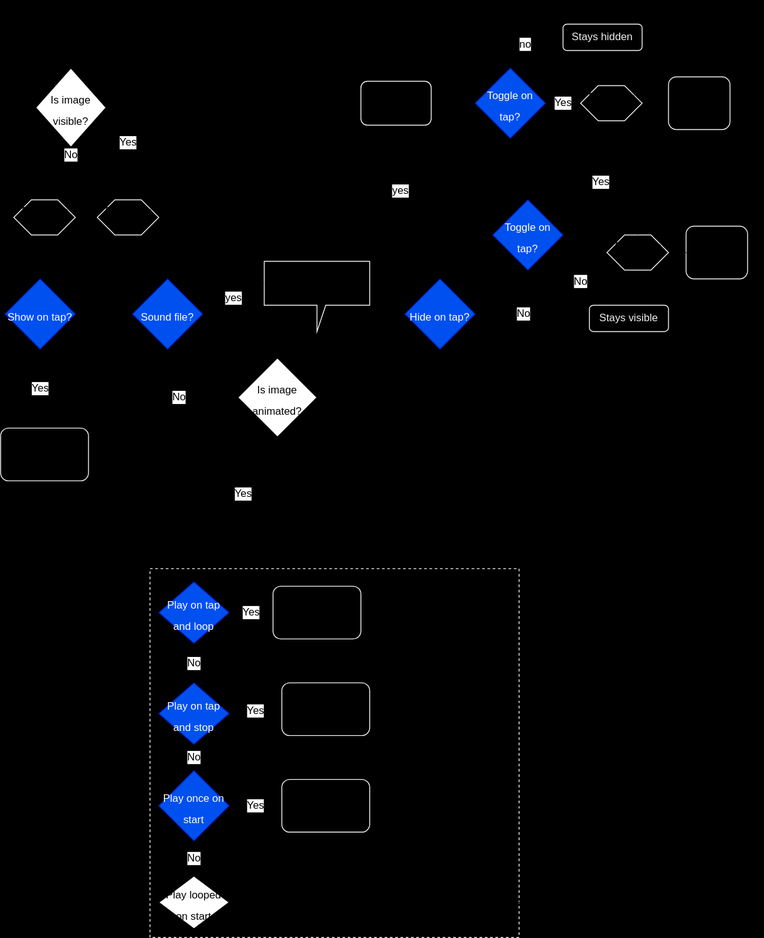
Above: legacy-player/Houdini.drawio.svg in ji-devs/ji-cloud-flowcharts (draw.io), before the change. Source tidied: cells renumbered, new cells last; positions are measured from the earlier drawing's top-left corner, leaving out a move shared by most shapes.
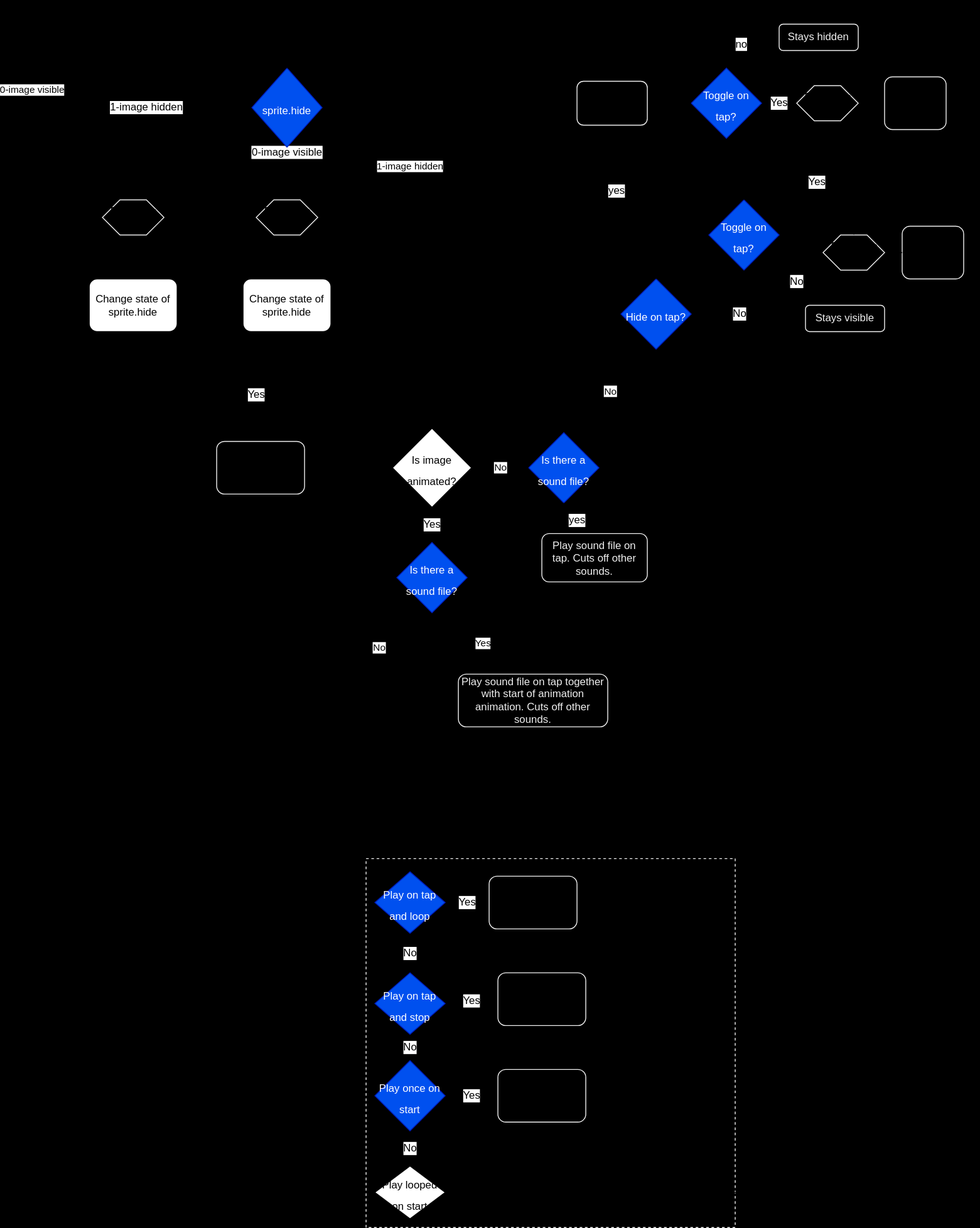
Above is the later version.

Change to the diagram source:
```diff
@@ -3,10 +3,16 @@
     <mxCell id="0" />
     <mxCell id="1" parent="0" />
     <mxCell id="2" style="edgeStyle=orthogonalEdgeStyle;rounded=0;jettySize=auto;html=1;entryX=0.5;entryY=1;entryDx=0;entryDy=0;fontSize=12;exitX=1;exitY=0.5;exitDx=0;exitDy=0;" parent="1" edge="1" source="3" target="42">
-      <mxGeometry relative="1" as="geometry" />
+      <mxGeometry relative="1" as="geometry">
+        <Array as="points">
+          <mxPoint x="660" y="990" />
+          <mxPoint x="660" y="585" />
+          <mxPoint x="500" y="585" />
+        </Array>
+      </mxGeometry>
     </mxCell>
     <mxCell id="3" style="whiteSpace=wrap;html=1;labelBackgroundColor=none;strokeColor=#f0f0f0;fillColor=none;fontSize=12;dashed=1;" parent="1" vertex="1">
-      <mxGeometry x="170" y="640" width="420" height="420" as="geometry" />
+      <mxGeometry x="170" y="970" width="420" height="420" as="geometry" />
     </mxCell>
     <mxCell id="4" value="Houdini - actions on any image/sticker/animation" style="text;html=1;strokeColor=none;fillColor=none;align=center;verticalAlign=middle;whiteSpace=wrap;rounded=0;fontStyle=1;fontSize=20;" parent="1" vertex="1">
       <mxGeometry x="40" y="10" width="350" height="50" as="geometry" />
@@ -18,7 +24,7 @@
       <mxGeometry relative="1" as="geometry" />
     </mxCell>
     <mxCell id="7" value="&lt;font style=&quot;font-size: 12px&quot;&gt;Play on tap and loop&lt;/font&gt;" style="rhombus;whiteSpace=wrap;html=1;fontSize=20;fillColor=#0050ef;strokeColor=#001DBC;fontColor=#ffffff;" parent="1" vertex="1">
-      <mxGeometry x="180" y="655" width="80" height="70" as="geometry" />
+      <mxGeometry x="180" y="985" width="80" height="70" as="geometry" />
     </mxCell>
     <mxCell id="8" value="Yes" style="edgeStyle=orthogonalEdgeStyle;rounded=0;jettySize=auto;html=1;entryX=0;entryY=0.5;entryDx=0;entryDy=0;fontSize=12;" parent="1" edge="1" source="10" target="17">
       <mxGeometry relative="1" as="geometry" />
@@ -27,7 +33,7 @@
       <mxGeometry relative="1" as="geometry" />
     </mxCell>
     <mxCell id="10" value="&lt;font style=&quot;font-size: 12px&quot;&gt;Play on tap and stop&lt;/font&gt;" style="rhombus;whiteSpace=wrap;html=1;fontSize=20;fillColor=#0050ef;strokeColor=#001DBC;fontColor=#ffffff;" parent="1" vertex="1">
-      <mxGeometry x="180" y="770" width="80" height="70" as="geometry" />
+      <mxGeometry x="180" y="1100" width="80" height="70" as="geometry" />
     </mxCell>
     <mxCell id="11" value="Yes" style="edgeStyle=orthogonalEdgeStyle;rounded=0;jettySize=auto;html=1;fontSize=12;" parent="1" edge="1" source="13" target="19">
       <mxGeometry relative="1" as="geometry" />
@@ -36,46 +42,46 @@
       <mxGeometry relative="1" as="geometry" />
     </mxCell>
     <mxCell id="13" value="&lt;span style=&quot;font-size: 12px&quot;&gt;Play once on start&lt;/span&gt;" style="rhombus;whiteSpace=wrap;html=1;fontSize=20;fillColor=#0050ef;strokeColor=#001DBC;fontColor=#ffffff;" parent="1" vertex="1">
-      <mxGeometry x="180" y="870" width="80" height="80" as="geometry" />
+      <mxGeometry x="180" y="1200" width="80" height="80" as="geometry" />
     </mxCell>
     <mxCell id="14" style="edgeStyle=orthogonalEdgeStyle;rounded=0;jettySize=auto;html=1;fontSize=12;" parent="1" edge="1" source="15">
       <mxGeometry relative="1" as="geometry">
-        <mxPoint x="610" y="700" as="targetPoint" />
+        <mxPoint x="660" y="1030" as="targetPoint" />
         <Array as="points">
-          <mxPoint x="360" y="740" />
-          <mxPoint x="592" y="740" />
+          <mxPoint x="360" y="1070" />
+          <mxPoint x="592" y="1070" />
         </Array>
       </mxGeometry>
     </mxCell>
     <mxCell id="15" value="Animation starts when tapped and loops" style="rounded=1;whiteSpace=wrap;html=1;labelBackgroundColor=none;strokeColor=#f0f0f0;fillColor=none;fontSize=12;" parent="1" vertex="1">
-      <mxGeometry x="310" y="660" width="100" height="60" as="geometry" />
+      <mxGeometry x="310" y="990" width="100" height="60" as="geometry" />
     </mxCell>
     <mxCell id="16" style="edgeStyle=orthogonalEdgeStyle;rounded=0;jettySize=auto;html=1;fontSize=12;" parent="1" edge="1" source="17">
       <mxGeometry relative="1" as="geometry">
-        <mxPoint x="610" y="790" as="targetPoint" />
+        <mxPoint x="660" y="1120" as="targetPoint" />
       </mxGeometry>
     </mxCell>
     <mxCell id="17" value="Animation plays once on tap&amp;nbsp;" style="rounded=1;whiteSpace=wrap;html=1;labelBackgroundColor=none;strokeColor=#f0f0f0;fillColor=none;fontSize=12;" parent="1" vertex="1">
-      <mxGeometry x="320" y="770" width="100" height="60" as="geometry" />
+      <mxGeometry x="320" y="1100" width="100" height="60" as="geometry" />
     </mxCell>
     <mxCell id="18" style="edgeStyle=orthogonalEdgeStyle;rounded=0;jettySize=auto;html=1;fontSize=12;" parent="1" edge="1" source="19">
       <mxGeometry relative="1" as="geometry">
-        <mxPoint x="610" y="830" as="targetPoint" />
+        <mxPoint x="660" y="1190" as="targetPoint" />
       </mxGeometry>
     </mxCell>
     <mxCell id="19" value="Animation plays once on start of slide" style="rounded=1;whiteSpace=wrap;html=1;labelBackgroundColor=none;strokeColor=#f0f0f0;fillColor=none;fontSize=12;" parent="1" vertex="1">
-      <mxGeometry x="320" y="880" width="100" height="60" as="geometry" />
+      <mxGeometry x="320" y="1210" width="100" height="60" as="geometry" />
     </mxCell>
     <mxCell id="20" value="If animation (one of these options)" style="text;html=1;strokeColor=none;fillColor=none;align=center;verticalAlign=middle;whiteSpace=wrap;rounded=0;labelBackgroundColor=none;fontSize=12;" parent="1" vertex="1">
-      <mxGeometry x="210" y="620" width="190" height="20" as="geometry" />
+      <mxGeometry x="210" y="950" width="190" height="20" as="geometry" />
     </mxCell>
     <mxCell id="21" style="edgeStyle=orthogonalEdgeStyle;rounded=0;jettySize=auto;html=1;fontSize=12;" parent="1" edge="1" source="22">
       <mxGeometry relative="1" as="geometry">
-        <mxPoint x="610" y="820" as="targetPoint" />
+        <mxPoint x="660" y="1160" as="targetPoint" />
       </mxGeometry>
     </mxCell>
     <mxCell id="22" value="&lt;span style=&quot;font-size: 12px&quot;&gt;Play looped on start&lt;/span&gt;" style="rhombus;whiteSpace=wrap;html=1;fontSize=20;" parent="1" vertex="1">
-      <mxGeometry x="180" y="990" width="80" height="60" as="geometry" />
+      <mxGeometry x="180" y="1320" width="80" height="60" as="geometry" />
     </mxCell>
     <mxCell id="23" value="no" style="edgeStyle=orthogonalEdgeStyle;rounded=0;jettySize=auto;html=1;exitX=0.5;exitY=0;exitDx=0;exitDy=0;entryX=0;entryY=0.75;entryDx=0;entryDy=0;fontSize=12;" parent="1" edge="1" source="25" target="26">
       <mxGeometry relative="1" as="geometry" />
@@ -115,33 +121,31 @@
     <mxCell id="32" value="Stays visible" style="whiteSpace=wrap;html=1;fontSize=12;fontColor=#f0f0f0;strokeColor=#f0f0f0;fillColor=none;rounded=1;" parent="1" vertex="1">
       <mxGeometry x="670" y="340" width="90" height="30" as="geometry" />
     </mxCell>
-    <mxCell id="33" value="No" style="edgeStyle=orthogonalEdgeStyle;rounded=0;jettySize=auto;html=1;fontSize=12;exitX=0.5;exitY=1;exitDx=0;exitDy=0;entryX=0;entryY=0.5;entryDx=0;entryDy=0;" parent="1" edge="1" source="34" target="50">
-      <mxGeometry relative="1" as="geometry" />
-    </mxCell>
+    <mxCell id="62" value="No" style="edgeStyle=orthogonalEdgeStyle;rounded=0;jettySize=auto;html=1;exitX=1;exitY=0.5;exitDx=0;exitDy=0;entryX=0;entryY=0.5;entryDx=0;entryDy=0;" parent="1" edge="1" source="34" target="42">
+      <mxGeometry relative="1" as="geometry" />
+    </mxCell>
-    <mxCell id="34" value="&lt;font style=&quot;font-size: 12px&quot;&gt;Sound file?&lt;/font&gt;" style="rhombus;whiteSpace=wrap;html=1;fontSize=20;fillColor=#0050ef;strokeColor=#001DBC;fontColor=#ffffff;" parent="1" vertex="1">
-      <mxGeometry x="150" y="310" width="80" height="80" as="geometry" />
+    <mxCell id="34" value="&lt;font style=&quot;font-size: 12px&quot;&gt;Is there a sound file?&lt;/font&gt;" style="rhombus;whiteSpace=wrap;html=1;fontSize=20;fillColor=#0050ef;strokeColor=#001DBC;fontColor=#ffffff;" parent="1" vertex="1">
+      <mxGeometry x="355" y="485" width="80" height="80" as="geometry" />
     </mxCell>
-    <mxCell id="35" style="edgeStyle=orthogonalEdgeStyle;rounded=0;jettySize=auto;html=1;entryX=0.5;entryY=0;entryDx=0;entryDy=0;fontSize=12;" parent="1" edge="1" source="36" target="50">
-      <mxGeometry relative="1" as="geometry" />
-    </mxCell>
-    <mxCell id="36" value="Play sound file on tap. Cuts off other sounds." style="shape=callout;whiteSpace=wrap;html=1;perimeter=calloutPerimeter;labelBackgroundColor=none;strokeColor=#f0f0f0;fillColor=none;fontSize=12;base=10;" parent="1" vertex="1">
-      <mxGeometry x="300" y="290" width="120" height="80" as="geometry" />
-    </mxCell>
-    <mxCell id="37" value="yes" style="edgeStyle=orthogonalEdgeStyle;rounded=0;jettySize=auto;html=1;fontSize=12;entryX=0;entryY=0;entryDx=0;entryDy=25;entryPerimeter=0;" parent="1" edge="1" source="34" target="36">
+    <mxCell id="37" value="yes" style="edgeStyle=orthogonalEdgeStyle;rounded=0;jettySize=auto;html=1;fontSize=12;entryX=0.5;entryY=0;entryDx=0;entryDy=0;" parent="1" edge="1" source="34" target="36">
       <mxGeometry relative="1" as="geometry" />
     </mxCell>
-    <mxCell id="38" value="Yes" style="edgeStyle=orthogonalEdgeStyle;rounded=0;jettySize=auto;html=1;fontSize=12;entryX=0.5;entryY=0;entryDx=0;entryDy=0;exitX=1;exitY=0.5;exitDx=0;exitDy=0;" parent="1" edge="1" source="40" target="54">
-      <mxGeometry relative="1" as="geometry" />
+    <mxCell id="38" value="1-image hidden" style="edgeStyle=orthogonalEdgeStyle;rounded=0;jettySize=auto;html=1;fontSize=12;entryX=0.5;entryY=0;entryDx=0;entryDy=0;exitX=0;exitY=0.5;exitDx=0;exitDy=0;" parent="1" edge="1" source="40" target="54">
+      <mxGeometry relative="1" as="geometry">
+        <Array as="points">
+          <mxPoint x="-95" y="115" />
+        </Array>
+      </mxGeometry>
     </mxCell>
-    <mxCell id="39" value="No" style="edgeStyle=orthogonalEdgeStyle;rounded=0;jettySize=auto;html=1;exitX=0.5;exitY=1;exitDx=0;exitDy=0;fontSize=12;entryX=0.5;entryY=0;entryDx=0;entryDy=0;entryPerimeter=0;" parent="1" edge="1" source="40" target="52">
+    <mxCell id="39" value="0-image visible" style="edgeStyle=orthogonalEdgeStyle;rounded=0;jettySize=auto;html=1;exitX=0.5;exitY=1;exitDx=0;exitDy=0;fontSize=12;entryX=0.5;entryY=0;entryDx=0;entryDy=0;entryPerimeter=0;" parent="1" edge="1" source="40" target="52">
       <mxGeometry x="-0.81" relative="1" as="geometry">
         <Array as="points">
-          <mxPoint x="80" y="180" />
-          <mxPoint x="50" y="180" />
+          <mxPoint x="80" y="200" />
+          <mxPoint x="80" y="200" />
         </Array>
       </mxGeometry>
     </mxCell>
-    <mxCell id="40" value="&lt;font style=&quot;font-size: 12px&quot;&gt;Is image visible?&lt;/font&gt;" style="rhombus;whiteSpace=wrap;html=1;fontSize=20;" parent="1" vertex="1">
+    <mxCell id="40" value="&lt;span style=&quot;font-size: 12px&quot;&gt;sprite.hide&lt;/span&gt;" style="rhombus;whiteSpace=wrap;html=1;fontSize=20;fillColor=#0050ef;strokeColor=#001DBC;fontColor=#ffffff;" parent="1" vertex="1">
       <mxGeometry x="40" y="70" width="80" height="90" as="geometry" />
     </mxCell>
     <mxCell id="41" value="No" style="edgeStyle=orthogonalEdgeStyle;rounded=0;jettySize=auto;html=1;fontSize=12;" parent="1" edge="1" source="42" target="29">
@@ -150,41 +154,43 @@
     <mxCell id="42" value="&lt;font style=&quot;font-size: 12px&quot;&gt;Hide on tap?&lt;/font&gt;" style="rhombus;whiteSpace=wrap;html=1;fontSize=20;fillColor=#0050ef;strokeColor=#001DBC;fontColor=#ffffff;" parent="1" vertex="1">
       <mxGeometry x="460" y="310" width="80" height="80" as="geometry" />
     </mxCell>
-    <mxCell id="43" value="Yes" style="edgeStyle=orthogonalEdgeStyle;rounded=0;jettySize=auto;html=1;entryX=0.44;entryY=-0.017;entryDx=0;entryDy=0;entryPerimeter=0;fontSize=12;" parent="1" edge="1" source="44" target="48">
-      <mxGeometry relative="1" as="geometry" />
+    <mxCell id="43" value="Yes" style="edgeStyle=orthogonalEdgeStyle;rounded=0;jettySize=auto;html=1;entryX=0.44;entryY=-0.017;entryDx=0;entryDy=0;entryPerimeter=0;fontSize=12;" parent="1" edge="1" target="48">
+      <mxGeometry relative="1" as="geometry">
+        <mxPoint x="45" y="390" as="sourcePoint" />
+      </mxGeometry>
     </mxCell>
-    <mxCell id="44" value="&lt;font style=&quot;font-size: 12px&quot;&gt;Show on tap?&lt;/font&gt;" style="rhombus;whiteSpace=wrap;html=1;fontSize=20;fillColor=#0050ef;strokeColor=#001DBC;fontColor=#ffffff;" parent="1" vertex="1">
-      <mxGeometry x="5" y="310" width="80" height="80" as="geometry" />
-    </mxCell>
     <mxCell id="45" value="yes" style="edgeStyle=orthogonalEdgeStyle;rounded=0;jettySize=auto;html=1;exitX=0.5;exitY=0;exitDx=0;exitDy=0;entryX=0;entryY=0.5;entryDx=0;entryDy=0;fontSize=12;" parent="1" edge="1" source="42" target="46">
       <mxGeometry x="220" y="-1020" as="geometry" />
     </mxCell>
     <mxCell id="46" value="Hide image" style="rounded=1;whiteSpace=wrap;html=1;labelBackgroundColor=none;strokeColor=#f0f0f0;fillColor=none;fontSize=12;" parent="1" vertex="1">
       <mxGeometry x="410" y="85" width="80" height="50" as="geometry" />
     </mxCell>
-    <mxCell id="47" style="edgeStyle=orthogonalEdgeStyle;rounded=0;jettySize=auto;html=1;fontSize=12;entryX=0;entryY=0.5;entryDx=0;entryDy=0;" parent="1" edge="1" source="48" target="34">
+    <mxCell id="47" style="edgeStyle=orthogonalEdgeStyle;rounded=0;jettySize=auto;html=1;fontSize=12;entryX=0;entryY=0.5;entryDx=0;entryDy=0;" parent="1" edge="1" source="48" target="50">
       <mxGeometry relative="1" as="geometry" />
     </mxCell>
     <mxCell id="48" value="Show image when that area is clicked" style="rounded=1;whiteSpace=wrap;html=1;labelBackgroundColor=none;strokeColor=#f0f0f0;fillColor=none;fontSize=12;" parent="1" vertex="1">
-      <mxGeometry y="480" width="100" height="60" as="geometry" />
+      <mxGeometry y="495" width="100" height="60" as="geometry" />
     </mxCell>
-    <mxCell id="49" value="Yes" style="edgeStyle=orthogonalEdgeStyle;rounded=0;jettySize=auto;html=1;entryX=0.153;entryY=0.1;entryDx=0;entryDy=0;entryPerimeter=0;fontSize=12;" parent="1" edge="1" source="50" target="20">
+    <mxCell id="49" value="Yes" style="edgeStyle=orthogonalEdgeStyle;rounded=0;jettySize=auto;html=1;fontSize=12;" parent="1" edge="1" source="50" target="66">
       <mxGeometry relative="1" as="geometry" />
     </mxCell>
+    <mxCell id="63" value="No" style="edgeStyle=orthogonalEdgeStyle;rounded=0;jettySize=auto;html=1;exitX=1;exitY=0.5;exitDx=0;exitDy=0;entryX=0;entryY=0.5;entryDx=0;entryDy=0;" parent="1" edge="1" source="50" target="34">
+      <mxGeometry relative="1" as="geometry" />
+    </mxCell>
     <mxCell id="50" value="&lt;font style=&quot;font-size: 12px&quot;&gt;Is image animated?&lt;/font&gt;" style="rhombus;whiteSpace=wrap;html=1;fontSize=20;" parent="1" vertex="1">
-      <mxGeometry x="270" y="400" width="90" height="90" as="geometry" />
+      <mxGeometry x="200" y="480" width="90" height="90" as="geometry" />
     </mxCell>
-    <mxCell id="51" style="edgeStyle=orthogonalEdgeStyle;rounded=0;jettySize=auto;html=1;entryX=0.5;entryY=0;entryDx=0;entryDy=0;fontSize=12;" parent="1" edge="1" source="52" target="44">
+    <mxCell id="51" style="edgeStyle=orthogonalEdgeStyle;rounded=0;jettySize=auto;html=1;fontSize=12;entryX=0.5;entryY=0;entryDx=0;entryDy=0;" parent="1" edge="1" source="52" target="71">
       <mxGeometry relative="1" as="geometry" />
     </mxCell>
     <mxCell id="52" value="Tap image area" style="shape=hexagon;perimeter=hexagonPerimeter2;whiteSpace=wrap;html=1;fixedSize=1;labelBackgroundColor=none;strokeColor=#f0f0f0;fillColor=none;fontSize=12;" parent="1" vertex="1">
-      <mxGeometry x="15" y="220" width="70" height="40" as="geometry" />
+      <mxGeometry x="45" y="220" width="70" height="40" as="geometry" />
     </mxCell>
-    <mxCell id="53" style="edgeStyle=orthogonalEdgeStyle;rounded=0;jettySize=auto;html=1;fontSize=12;entryX=0.5;entryY=0;entryDx=0;entryDy=0;" parent="1" edge="1" source="54" target="34">
+    <mxCell id="53" style="edgeStyle=orthogonalEdgeStyle;rounded=0;jettySize=auto;html=1;fontSize=12;entryX=0.5;entryY=0;entryDx=0;entryDy=0;" parent="1" edge="1" source="54" target="73">
       <mxGeometry relative="1" as="geometry" />
     </mxCell>
     <mxCell id="54" value="Tap image area" style="shape=hexagon;perimeter=hexagonPerimeter2;whiteSpace=wrap;html=1;fixedSize=1;labelBackgroundColor=none;strokeColor=#f0f0f0;fillColor=none;fontSize=12;" parent="1" vertex="1">
-      <mxGeometry x="110" y="220" width="70" height="40" as="geometry" />
+      <mxGeometry x="-130" y="220" width="70" height="40" as="geometry" />
     </mxCell>
     <mxCell id="55" style="edgeStyle=orthogonalEdgeStyle;rounded=0;jettySize=auto;html=1;entryX=0;entryY=0.5;entryDx=0;entryDy=0;fontSize=12;" parent="1" edge="1" source="56" target="31">
       <mxGeometry relative="1" as="geometry" />
@@ -215,5 +221,52 @@
     <mxCell id="61" value="Show image again" style="rounded=1;whiteSpace=wrap;html=1;labelBackgroundColor=none;strokeColor=#f0f0f0;fillColor=none;fontSize=12;" parent="1" vertex="1">
       <mxGeometry x="760" y="80" width="70" height="60" as="geometry" />
     </mxCell>
+    <mxCell id="64" value="No" style="edgeStyle=orthogonalEdgeStyle;rounded=0;jettySize=auto;html=1;entryX=0.116;entryY=-0.05;entryDx=0;entryDy=0;entryPerimeter=0;exitX=0;exitY=0.5;exitDx=0;exitDy=0;" parent="1" edge="1" source="66" target="20">
+      <mxGeometry x="-0.45" relative="1" as="geometry" />
+    </mxCell>
+    <mxCell id="65" value="Yes" style="edgeStyle=orthogonalEdgeStyle;rounded=0;jettySize=auto;html=1;exitX=0.5;exitY=1;exitDx=0;exitDy=0;entryX=0.5;entryY=0;entryDx=0;entryDy=0;" parent="1" edge="1" source="66" target="69">
+      <mxGeometry relative="1" as="geometry" />
+    </mxCell>
+    <mxCell id="66" value="&lt;font style=&quot;font-size: 12px&quot;&gt;Is there a sound file?&lt;/font&gt;" style="rhombus;whiteSpace=wrap;html=1;fontSize=20;fillColor=#0050ef;strokeColor=#001DBC;fontColor=#ffffff;" parent="1" vertex="1">
+      <mxGeometry x="205" y="610" width="80" height="80" as="geometry" />
+    </mxCell>
+    <mxCell id="67" style="edgeStyle=orthogonalEdgeStyle;rounded=0;jettySize=auto;html=1;entryX=0.5;entryY=1;entryDx=0;entryDy=0;exitX=1.025;exitY=0.636;exitDx=0;exitDy=0;exitPerimeter=0;" parent="1" edge="1" source="36" target="42">
+      <mxGeometry relative="1" as="geometry">
+        <Array as="points">
+          <mxPoint x="500" y="635" />
+        </Array>
+      </mxGeometry>
+    </mxCell>
+    <mxCell id="36" value="Play sound file on tap. Cuts off other sounds." style="whiteSpace=wrap;html=1;fontSize=12;fontColor=#f0f0f0;strokeColor=#f0f0f0;fillColor=none;rounded=1;" parent="1" vertex="1">
+      <mxGeometry x="370" y="600" width="120" height="55" as="geometry" />
+    </mxCell>
+    <mxCell id="68" style="edgeStyle=orthogonalEdgeStyle;rounded=0;jettySize=auto;html=1;entryX=0.316;entryY=0;entryDx=0;entryDy=0;entryPerimeter=0;" parent="1" edge="1" source="69" target="20">
+      <mxGeometry relative="1" as="geometry" />
+    </mxCell>
+    <mxCell id="69" value="Play sound file on tap together with start of animation animation. Cuts off other sounds." style="whiteSpace=wrap;html=1;fontSize=12;fontColor=#f0f0f0;strokeColor=#f0f0f0;fillColor=none;rounded=1;" parent="1" vertex="1">
+      <mxGeometry x="275" y="760" width="170" height="60" as="geometry" />
+    </mxCell>
+    <mxCell id="70" value="1-image hidden" style="edgeStyle=orthogonalEdgeStyle;rounded=0;jettySize=auto;html=1;entryX=0.5;entryY=0;entryDx=0;entryDy=0;" parent="1" edge="1" source="71" target="40">
+      <mxGeometry relative="1" as="geometry">
+        <Array as="points">
+          <mxPoint x="220" y="345" />
+          <mxPoint x="220" y="70" />
+        </Array>
+      </mxGeometry>
+    </mxCell>
+    <mxCell id="71" value="Change state of sprite.hide" style="rounded=1;whiteSpace=wrap;html=1;" parent="1" vertex="1">
+      <mxGeometry x="30" y="310" width="100" height="60" as="geometry" />
+    </mxCell>
+    <mxCell id="72" value="0-image visible" style="edgeStyle=orthogonalEdgeStyle;rounded=0;jettySize=auto;html=1;entryX=0.5;entryY=0;entryDx=0;entryDy=0;" parent="1" edge="1" source="73" target="40">
+      <mxGeometry relative="1" as="geometry">
+        <Array as="points">
+          <mxPoint x="-210" y="345" />
+          <mxPoint x="-210" y="70" />
+        </Array>
+      </mxGeometry>
+    </mxCell>
+    <mxCell id="73" value="Change state of sprite.hide" style="rounded=1;whiteSpace=wrap;html=1;" parent="1" vertex="1">
+      <mxGeometry x="-145" y="310" width="100" height="60" as="geometry" />
+    </mxCell>
   </root>
 </mxGraphModel>
```
